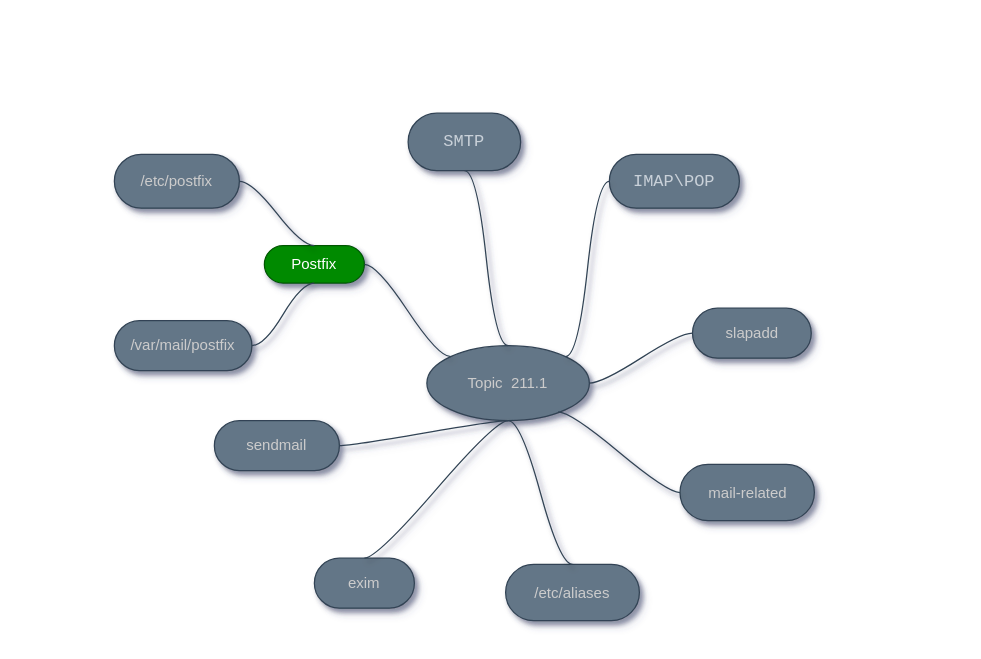
marcossilvestrini/learning-lpic-2-202-450 keeps this draw.io diagram as MindMaps/mindmap-211.1.drawio. Above is the earlier version. Source tidied: cells renumbered, new cells numbered last; positions are measured from the earlier drawing's top-left corner, leaving out a move shared by most shapes. Both pictures are drawn from the tidied source at 125%, with x=0, y=0 at pixel (114, 112).
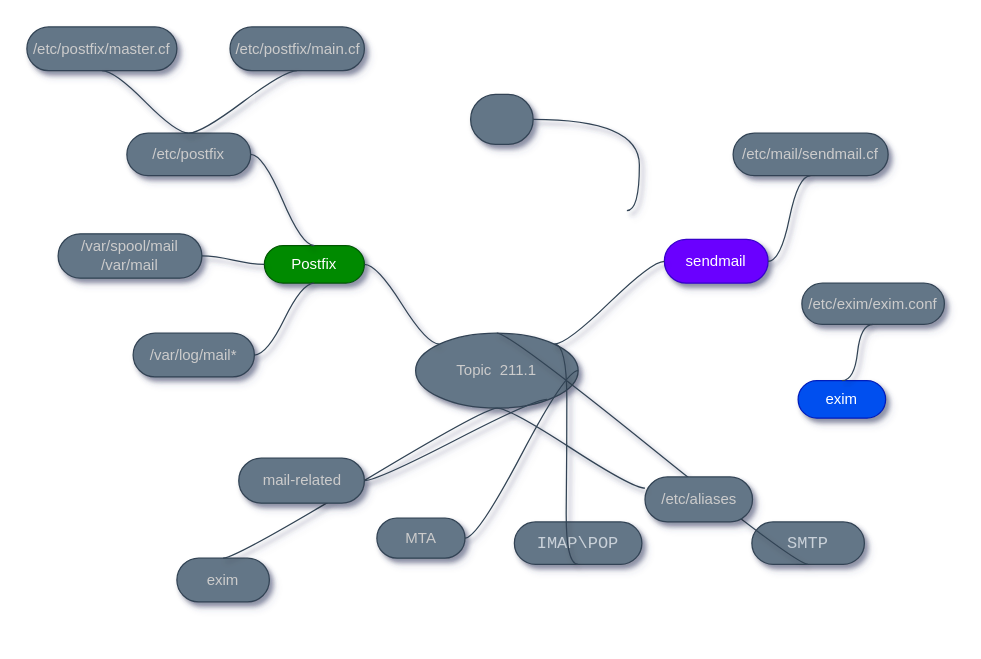
After the change.

The change refers to these unchanged cells:
```xml
<mxCell id="17" value="Postfix" style="whiteSpace=wrap;html=1;rounded=1;arcSize=50;align=center;verticalAlign=middle;strokeWidth=1;spacing=4;newEdgeStyle={&quot;edgeStyle&quot;:&quot;entityRelationEdgeStyle&quot;,&quot;startArrow&quot;:&quot;none&quot;,&quot;endArrow&quot;:&quot;none&quot;,&quot;segment&quot;:10,&quot;curved&quot;:1};fillColor=#008a00;fontColor=#ffffff;strokeColor=#005700;shadow=1;sketch=0;" parent="1" vertex="1">
  <mxGeometry x="120" y="106" width="80" height="30" as="geometry" />
</mxCell>
```

Diff of the diagram source:
```diff
@@
     <mxCell id="2" value="Topic&amp;nbsp; 211.1" style="ellipse;whiteSpace=wrap;html=1;align=center;newEdgeStyle={&quot;edgeStyle&quot;:&quot;entityRelationEdgeStyle&quot;,&quot;startArrow&quot;:&quot;none&quot;,&quot;endArrow&quot;:&quot;none&quot;,&quot;segment&quot;:10,&quot;curved&quot;:1};fillColor=#647687;fontColor=#CCCCCC;strokeColor=#314354;shadow=1;sketch=0;" parent="1" vertex="1">
-      <mxGeometry x="250" y="186" width="130" height="60" as="geometry" />
+      <mxGeometry x="241" y="176" width="130" height="60" as="geometry" />
     </mxCell>
     <mxCell id="3" value="&lt;pre style=&quot;box-sizing: border-box ; font-family: , , &amp;quot;sf mono&amp;quot; , &amp;quot;menlo&amp;quot; , &amp;quot;consolas&amp;quot; , &amp;quot;liberation mono&amp;quot; , monospace ; font-size: 13.6px ; margin-top: 0px ; margin-bottom: 0px ; overflow-wrap: normal ; padding: 16px ; overflow: auto ; line-height: 1.45 ; border-radius: 6px ; word-break: normal ; color: rgb(201 , 209 , 217)&quot;&gt;SMTP&lt;/pre&gt;" style="whiteSpace=wrap;html=1;rounded=1;arcSize=50;align=center;verticalAlign=middle;strokeWidth=1;spacing=4;newEdgeStyle={&quot;edgeStyle&quot;:&quot;entityRelationEdgeStyle&quot;,&quot;startArrow&quot;:&quot;none&quot;,&quot;endArrow&quot;:&quot;none&quot;,&quot;segment&quot;:10,&quot;curved&quot;:1};fillColor=#647687;fontColor=#CCCCCC;strokeColor=#314354;shadow=1;sketch=0;" parent="1" vertex="1">
-      <mxGeometry x="235" width="90" height="46" as="geometry" />
+      <mxGeometry x="510" y="327" width="90" height="34" as="geometry" />
     </mxCell>
@@
     <mxCell id="5" value="&lt;pre style=&quot;box-sizing: border-box ; font-family: , , &amp;quot;sf mono&amp;quot; , &amp;quot;menlo&amp;quot; , &amp;quot;consolas&amp;quot; , &amp;quot;liberation mono&amp;quot; , monospace ; font-size: 13.6px ; margin-top: 0px ; margin-bottom: 0px ; overflow-wrap: normal ; padding: 16px ; overflow: auto ; line-height: 1.45 ; border-radius: 6px ; word-break: normal ; color: rgb(201 , 209 , 217)&quot;&gt;IMAP\POP&lt;/pre&gt;" style="whiteSpace=wrap;html=1;rounded=1;arcSize=50;align=center;verticalAlign=middle;strokeWidth=1;spacing=4;newEdgeStyle={&quot;edgeStyle&quot;:&quot;entityRelationEdgeStyle&quot;,&quot;startArrow&quot;:&quot;none&quot;,&quot;endArrow&quot;:&quot;none&quot;,&quot;segment&quot;:10,&quot;curved&quot;:1};fillColor=#647687;fontColor=#CCCCCC;strokeColor=#314354;shadow=1;sketch=0;" parent="1" vertex="1">
-      <mxGeometry x="396" y="33" width="104" height="43" as="geometry" />
+      <mxGeometry x="320" y="327" width="102" height="34" as="geometry" />
     </mxCell>
-    <mxCell id="6" style="edgeStyle=entityRelationEdgeStyle;startArrow=none;endArrow=none;segment=10;curved=1;fillColor=#647687;strokeColor=#314354;shadow=1;fontColor=#CCCCCC;sketch=0;exitX=1;exitY=0;exitDx=0;exitDy=0;" parent="1" edge="1" source="2" target="5">
+    <mxCell id="6" style="edgeStyle=entityRelationEdgeStyle;startArrow=none;endArrow=none;segment=10;curved=1;fillColor=#647687;strokeColor=#314354;shadow=1;fontColor=#CCCCCC;sketch=0;exitX=1;exitY=0;exitDx=0;exitDy=0;entryX=0.5;entryY=1;entryDx=0;entryDy=0;" parent="1" edge="1" source="2" target="5">
       <mxGeometry relative="1" as="geometry" />
     </mxCell>
     <mxCell id="7" value="exim" style="whiteSpace=wrap;html=1;rounded=1;arcSize=50;align=center;verticalAlign=middle;strokeWidth=1;spacing=4;newEdgeStyle={&quot;edgeStyle&quot;:&quot;entityRelationEdgeStyle&quot;,&quot;startArrow&quot;:&quot;none&quot;,&quot;endArrow&quot;:&quot;none&quot;,&quot;segment&quot;:10,&quot;curved&quot;:1};fillColor=#647687;fontColor=#CCCCCC;strokeColor=#314354;shadow=1;sketch=0;" parent="1" vertex="1">
-      <mxGeometry x="160" y="356" width="80" height="40" as="geometry" />
+      <mxGeometry x="50" y="356" width="74" height="35" as="geometry" />
     </mxCell>
@@
     <mxCell id="9" value="mail-related" style="whiteSpace=wrap;html=1;rounded=1;arcSize=50;align=center;verticalAlign=middle;strokeWidth=1;spacing=4;newEdgeStyle={&quot;edgeStyle&quot;:&quot;entityRelationEdgeStyle&quot;,&quot;startArrow&quot;:&quot;none&quot;,&quot;endArrow&quot;:&quot;none&quot;,&quot;segment&quot;:10,&quot;curved&quot;:1};fillColor=#647687;fontColor=#CCCCCC;strokeColor=#314354;shadow=1;sketch=0;" parent="1" vertex="1">
-      <mxGeometry x="452.5" y="281" width="107.5" height="45" as="geometry" />
+      <mxGeometry x="99.5" y="276" width="100.5" height="36" as="geometry" />
     </mxCell>
@@
-    <mxCell id="11" value="slapadd" style="whiteSpace=wrap;html=1;rounded=1;arcSize=50;align=center;verticalAlign=middle;strokeWidth=1;spacing=4;newEdgeStyle={&quot;edgeStyle&quot;:&quot;entityRelationEdgeStyle&quot;,&quot;startArrow&quot;:&quot;none&quot;,&quot;endArrow&quot;:&quot;none&quot;,&quot;segment&quot;:10,&quot;curved&quot;:1};fillColor=#647687;fontColor=#CCCCCC;strokeColor=#314354;shadow=1;sketch=0;" parent="1" vertex="1">
-      <mxGeometry x="462.5" y="156" width="95" height="40" as="geometry" />
+    <mxCell id="11" value="MTA" style="whiteSpace=wrap;html=1;rounded=1;arcSize=50;align=center;verticalAlign=middle;strokeWidth=1;spacing=4;newEdgeStyle={&quot;edgeStyle&quot;:&quot;entityRelationEdgeStyle&quot;,&quot;startArrow&quot;:&quot;none&quot;,&quot;endArrow&quot;:&quot;none&quot;,&quot;segment&quot;:10,&quot;curved&quot;:1};fillColor=#647687;fontColor=#CCCCCC;strokeColor=#314354;shadow=1;sketch=0;" parent="1" vertex="1">
+      <mxGeometry x="210" y="324" width="70.5" height="32" as="geometry" />
     </mxCell>
@@
     <mxCell id="13" value="/etc/aliases" style="whiteSpace=wrap;html=1;rounded=1;arcSize=50;align=center;verticalAlign=middle;strokeWidth=1;spacing=4;newEdgeStyle={&quot;edgeStyle&quot;:&quot;entityRelationEdgeStyle&quot;,&quot;startArrow&quot;:&quot;none&quot;,&quot;endArrow&quot;:&quot;none&quot;,&quot;segment&quot;:10,&quot;curved&quot;:1};fillColor=#647687;fontColor=#CCCCCC;strokeColor=#314354;shadow=1;sketch=0;" parent="1" vertex="1">
-      <mxGeometry x="313" y="361" width="107" height="45" as="geometry" />
+      <mxGeometry x="424.5" y="291" width="86" height="36" as="geometry" />
     </mxCell>
-    <mxCell id="14" style="edgeStyle=entityRelationEdgeStyle;startArrow=none;endArrow=none;segment=10;curved=1;exitX=0.5;exitY=1;exitDx=0;exitDy=0;fillColor=#647687;strokeColor=#314354;shadow=1;fontColor=#CCCCCC;sketch=0;entryX=0.5;entryY=0;entryDx=0;entryDy=0;" parent="1" edge="1" source="2" target="13">
+    <mxCell id="14" style="edgeStyle=entityRelationEdgeStyle;startArrow=none;endArrow=none;segment=10;curved=1;exitX=0.5;exitY=1;exitDx=0;exitDy=0;fillColor=#647687;strokeColor=#314354;shadow=1;fontColor=#CCCCCC;sketch=0;entryX=0;entryY=0.25;entryDx=0;entryDy=0;" parent="1" edge="1" source="2" target="13">
       <mxGeometry relative="1" as="geometry" />
     </mxCell>
-    <mxCell id="15" value="sendmail" style="whiteSpace=wrap;html=1;rounded=1;arcSize=50;align=center;verticalAlign=middle;strokeWidth=1;spacing=4;newEdgeStyle={&quot;edgeStyle&quot;:&quot;entityRelationEdgeStyle&quot;,&quot;startArrow&quot;:&quot;none&quot;,&quot;endArrow&quot;:&quot;none&quot;,&quot;segment&quot;:10,&quot;curved&quot;:1};fillColor=#647687;fontColor=#CCCCCC;strokeColor=#314354;shadow=1;sketch=0;" parent="1" vertex="1">
-      <mxGeometry x="80" y="246" width="100" height="40" as="geometry" />
+    <mxCell id="15" value="sendmail" style="whiteSpace=wrap;html=1;rounded=1;arcSize=50;align=center;verticalAlign=middle;strokeWidth=1;spacing=4;newEdgeStyle={&quot;edgeStyle&quot;:&quot;entityRelationEdgeStyle&quot;,&quot;startArrow&quot;:&quot;none&quot;,&quot;endArrow&quot;:&quot;none&quot;,&quot;segment&quot;:10,&quot;curved&quot;:1};fillColor=#6a00ff;fontColor=#ffffff;strokeColor=#3700CC;shadow=1;sketch=0;" parent="1" vertex="1">
+      <mxGeometry x="440" y="101" width="83" height="35" as="geometry" />
     </mxCell>
-    <mxCell id="16" style="edgeStyle=entityRelationEdgeStyle;startArrow=none;endArrow=none;segment=10;curved=1;exitX=0.5;exitY=1;exitDx=0;exitDy=0;fillColor=#647687;strokeColor=#314354;shadow=1;fontColor=#CCCCCC;sketch=0;entryX=1;entryY=0.5;entryDx=0;entryDy=0;" parent="1" edge="1" source="2" target="15">
+    <mxCell id="16" style="edgeStyle=entityRelationEdgeStyle;startArrow=none;endArrow=none;segment=10;curved=1;exitX=1;exitY=0;exitDx=0;exitDy=0;fillColor=#647687;strokeColor=#314354;shadow=1;fontColor=#CCCCCC;sketch=0;entryX=0;entryY=0.5;entryDx=0;entryDy=0;" parent="1" edge="1" source="2" target="15">
       <mxGeometry relative="1" as="geometry" />
     </mxCell>
@@
     <mxCell id="19" value="/etc/postfix" style="whiteSpace=wrap;html=1;rounded=1;arcSize=50;align=center;verticalAlign=middle;strokeWidth=1;spacing=4;newEdgeStyle={&quot;edgeStyle&quot;:&quot;entityRelationEdgeStyle&quot;,&quot;startArrow&quot;:&quot;none&quot;,&quot;endArrow&quot;:&quot;none&quot;,&quot;segment&quot;:10,&quot;curved&quot;:1};fillColor=#647687;fontColor=#CCCCCC;strokeColor=#314354;shadow=1;sketch=0;" parent="1" vertex="1">
-      <mxGeometry y="33" width="100" height="43" as="geometry" />
+      <mxGeometry x="10" y="16" width="99" height="34" as="geometry" />
     </mxCell>
@@
-    <mxCell id="21" value="/var/mail/postfix" style="whiteSpace=wrap;html=1;rounded=1;arcSize=50;align=center;verticalAlign=middle;strokeWidth=1;spacing=4;newEdgeStyle={&quot;edgeStyle&quot;:&quot;entityRelationEdgeStyle&quot;,&quot;startArrow&quot;:&quot;none&quot;,&quot;endArrow&quot;:&quot;none&quot;,&quot;segment&quot;:10,&quot;curved&quot;:1};fillColor=#647687;fontColor=#CCCCCC;strokeColor=#314354;shadow=1;sketch=0;" parent="1" vertex="1">
-      <mxGeometry y="166" width="110" height="40" as="geometry" />
+    <mxCell id="21" value="/var/spool/mail&lt;br&gt;/var/mail" style="whiteSpace=wrap;html=1;rounded=1;arcSize=50;align=center;verticalAlign=middle;strokeWidth=1;spacing=4;newEdgeStyle={&quot;edgeStyle&quot;:&quot;entityRelationEdgeStyle&quot;,&quot;startArrow&quot;:&quot;none&quot;,&quot;endArrow&quot;:&quot;none&quot;,&quot;segment&quot;:10,&quot;curved&quot;:1};fillColor=#647687;fontColor=#CCCCCC;strokeColor=#314354;shadow=1;sketch=0;" parent="1" vertex="1">
+      <mxGeometry x="-45" y="96.5" width="115" height="35.5" as="geometry" />
     </mxCell>
-    <mxCell id="22" style="edgeStyle=entityRelationEdgeStyle;startArrow=none;endArrow=none;segment=10;curved=1;exitX=0.5;exitY=1;exitDx=0;exitDy=0;fillColor=#647687;strokeColor=#314354;shadow=1;fontColor=#CCCCCC;sketch=0;entryX=1;entryY=0.5;entryDx=0;entryDy=0;" parent="1" edge="1" source="17" target="21">
+    <mxCell id="22" style="edgeStyle=entityRelationEdgeStyle;startArrow=none;endArrow=none;segment=10;curved=1;exitX=0;exitY=0.5;exitDx=0;exitDy=0;fillColor=#647687;strokeColor=#314354;shadow=1;fontColor=#CCCCCC;sketch=0;entryX=1;entryY=0.5;entryDx=0;entryDy=0;" parent="1" edge="1" source="17" target="21">
       <mxGeometry relative="1" as="geometry" />
     </mxCell>
+    <mxCell id="23" value="/var/log/mail*" style="whiteSpace=wrap;html=1;rounded=1;arcSize=50;align=center;verticalAlign=middle;strokeWidth=1;spacing=4;newEdgeStyle={&quot;edgeStyle&quot;:&quot;entityRelationEdgeStyle&quot;,&quot;startArrow&quot;:&quot;none&quot;,&quot;endArrow&quot;:&quot;none&quot;,&quot;segment&quot;:10,&quot;curved&quot;:1};fillColor=#647687;fontColor=#CCCCCC;strokeColor=#314354;shadow=1;sketch=0;" parent="1" vertex="1">
+      <mxGeometry x="15" y="176" width="97" height="35" as="geometry" />
+    </mxCell>
+    <mxCell id="24" style="edgeStyle=entityRelationEdgeStyle;startArrow=none;endArrow=none;segment=10;curved=1;exitX=0.5;exitY=1;exitDx=0;exitDy=0;fillColor=#647687;strokeColor=#314354;shadow=1;fontColor=#CCCCCC;sketch=0;entryX=1;entryY=0.5;entryDx=0;entryDy=0;" parent="1" edge="1" source="17" target="23">
+      <mxGeometry relative="1" as="geometry" />
+    </mxCell>
+    <mxCell id="25" value="/etc/postfix/master.cf" style="whiteSpace=wrap;html=1;rounded=1;arcSize=50;align=center;verticalAlign=middle;strokeWidth=1;spacing=4;newEdgeStyle={&quot;edgeStyle&quot;:&quot;entityRelationEdgeStyle&quot;,&quot;startArrow&quot;:&quot;none&quot;,&quot;endArrow&quot;:&quot;none&quot;,&quot;segment&quot;:10,&quot;curved&quot;:1};fillColor=#647687;fontColor=#CCCCCC;strokeColor=#314354;shadow=1;sketch=0;" parent="1" vertex="1">
+      <mxGeometry x="-70" y="-69" width="120" height="35" as="geometry" />
+    </mxCell>
+    <mxCell id="26" style="edgeStyle=entityRelationEdgeStyle;startArrow=none;endArrow=none;segment=10;curved=1;exitX=0.5;exitY=0;exitDx=0;exitDy=0;fillColor=#647687;strokeColor=#314354;shadow=1;fontColor=#CCCCCC;sketch=0;entryX=0.5;entryY=1;entryDx=0;entryDy=0;" parent="1" edge="1" source="19" target="25">
+      <mxGeometry relative="1" as="geometry" />
+    </mxCell>
+    <mxCell id="27" value="/etc/postfix/main.cf" style="whiteSpace=wrap;html=1;rounded=1;arcSize=50;align=center;verticalAlign=middle;strokeWidth=1;spacing=4;newEdgeStyle={&quot;edgeStyle&quot;:&quot;entityRelationEdgeStyle&quot;,&quot;startArrow&quot;:&quot;none&quot;,&quot;endArrow&quot;:&quot;none&quot;,&quot;segment&quot;:10,&quot;curved&quot;:1};fillColor=#647687;fontColor=#CCCCCC;strokeColor=#314354;shadow=1;sketch=0;" parent="1" vertex="1">
+      <mxGeometry x="92.5" y="-69" width="107.5" height="35" as="geometry" />
+    </mxCell>
+    <mxCell id="28" style="edgeStyle=entityRelationEdgeStyle;startArrow=none;endArrow=none;segment=10;curved=1;exitX=0.5;exitY=0;exitDx=0;exitDy=0;fillColor=#647687;strokeColor=#314354;shadow=1;fontColor=#CCCCCC;sketch=0;entryX=0.5;entryY=1;entryDx=0;entryDy=0;" parent="1" edge="1" source="19" target="27">
+      <mxGeometry relative="1" as="geometry" />
+    </mxCell>
+    <mxCell id="29" value="/etc/mail/sendmail.cf" style="whiteSpace=wrap;html=1;rounded=1;arcSize=50;align=center;verticalAlign=middle;strokeWidth=1;spacing=4;newEdgeStyle={&quot;edgeStyle&quot;:&quot;entityRelationEdgeStyle&quot;,&quot;startArrow&quot;:&quot;none&quot;,&quot;endArrow&quot;:&quot;none&quot;,&quot;segment&quot;:10,&quot;curved&quot;:1};fillColor=#647687;fontColor=#CCCCCC;strokeColor=#314354;shadow=1;sketch=0;" parent="1" vertex="1">
+      <mxGeometry x="495" y="16" width="124" height="34" as="geometry" />
+    </mxCell>
+    <mxCell id="30" style="edgeStyle=entityRelationEdgeStyle;startArrow=none;endArrow=none;segment=10;curved=1;exitX=1;exitY=0.5;exitDx=0;exitDy=0;fillColor=#647687;strokeColor=#314354;shadow=1;fontColor=#CCCCCC;sketch=0;entryX=0.5;entryY=1;entryDx=0;entryDy=0;" parent="1" edge="1" source="15" target="29">
+      <mxGeometry relative="1" as="geometry" />
+    </mxCell>
+    <mxCell id="31" style="whiteSpace=wrap;html=1;rounded=1;arcSize=50;align=center;verticalAlign=middle;strokeWidth=1;spacing=4;newEdgeStyle={&quot;edgeStyle&quot;:&quot;entityRelationEdgeStyle&quot;,&quot;startArrow&quot;:&quot;none&quot;,&quot;endArrow&quot;:&quot;none&quot;,&quot;segment&quot;:10,&quot;curved&quot;:1};fillColor=#647687;fontColor=#CCCCCC;strokeColor=#314354;shadow=1;sketch=0;" parent="1" vertex="1">
+      <mxGeometry x="285" y="-15" width="50" height="40" as="geometry" />
+    </mxCell>
+    <mxCell id="32" style="edgeStyle=entityRelationEdgeStyle;startArrow=none;endArrow=none;segment=10;curved=1;exitX=0.5;exitY=0;exitDx=0;exitDy=0;fillColor=#647687;strokeColor=#314354;shadow=1;fontColor=#CCCCCC;sketch=0;entryX=1;entryY=0.5;entryDx=0;entryDy=0;" parent="1" edge="1" target="31">
+      <mxGeometry relative="1" as="geometry">
+        <mxPoint x="410" y="78" as="sourcePoint" />
+      </mxGeometry>
+    </mxCell>
+    <mxCell id="33" value="exim" style="whiteSpace=wrap;html=1;rounded=1;arcSize=50;align=center;verticalAlign=middle;strokeWidth=1;spacing=4;newEdgeStyle={&quot;edgeStyle&quot;:&quot;entityRelationEdgeStyle&quot;,&quot;startArrow&quot;:&quot;none&quot;,&quot;endArrow&quot;:&quot;none&quot;,&quot;segment&quot;:10,&quot;curved&quot;:1};fillColor=#0050ef;fontColor=#ffffff;strokeColor=#001DBC;shadow=1;sketch=0;" parent="1" vertex="1">
+      <mxGeometry x="547" y="214" width="70" height="30" as="geometry" />
+    </mxCell>
+    <mxCell id="34" value="/etc/exim/exim.conf" style="whiteSpace=wrap;html=1;rounded=1;arcSize=50;align=center;verticalAlign=middle;strokeWidth=1;spacing=4;newEdgeStyle={&quot;edgeStyle&quot;:&quot;entityRelationEdgeStyle&quot;,&quot;startArrow&quot;:&quot;none&quot;,&quot;endArrow&quot;:&quot;none&quot;,&quot;segment&quot;:10,&quot;curved&quot;:1};fillColor=#647687;fontColor=#CCCCCC;strokeColor=#314354;shadow=1;sketch=0;" parent="1" vertex="1">
+      <mxGeometry x="550" y="136" width="114" height="33" as="geometry" />
+    </mxCell>
+    <mxCell id="35" style="edgeStyle=entityRelationEdgeStyle;startArrow=none;endArrow=none;segment=10;curved=1;exitX=0.5;exitY=0;exitDx=0;exitDy=0;fillColor=#647687;strokeColor=#314354;shadow=1;fontColor=#CCCCCC;sketch=0;entryX=0.5;entryY=1;entryDx=0;entryDy=0;" parent="1" edge="1" source="33" target="34">
+      <mxGeometry relative="1" as="geometry" />
+    </mxCell>
```
